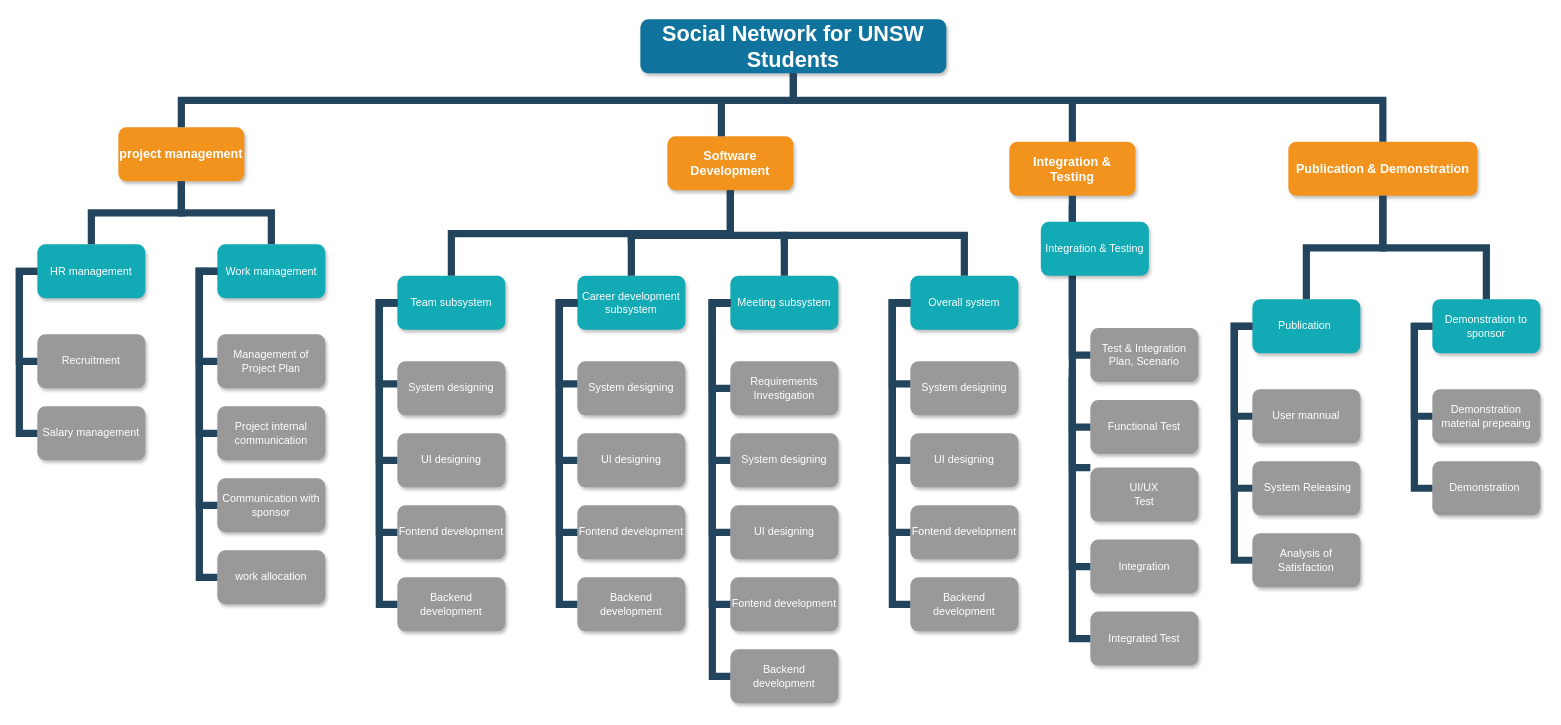
This is ass1/Untitled Diagram.drawio from bekon-official/GSOE9820, a draw.io file, before an edit. Source tidied: cells renumbered, new cells numbered last; positions are measured from the earlier drawing's top-left corner, leaving out a move shared by most shapes. Both pictures are drawn from the tidied source at 90%, with x=0, y=0 at pixel (19, 19).
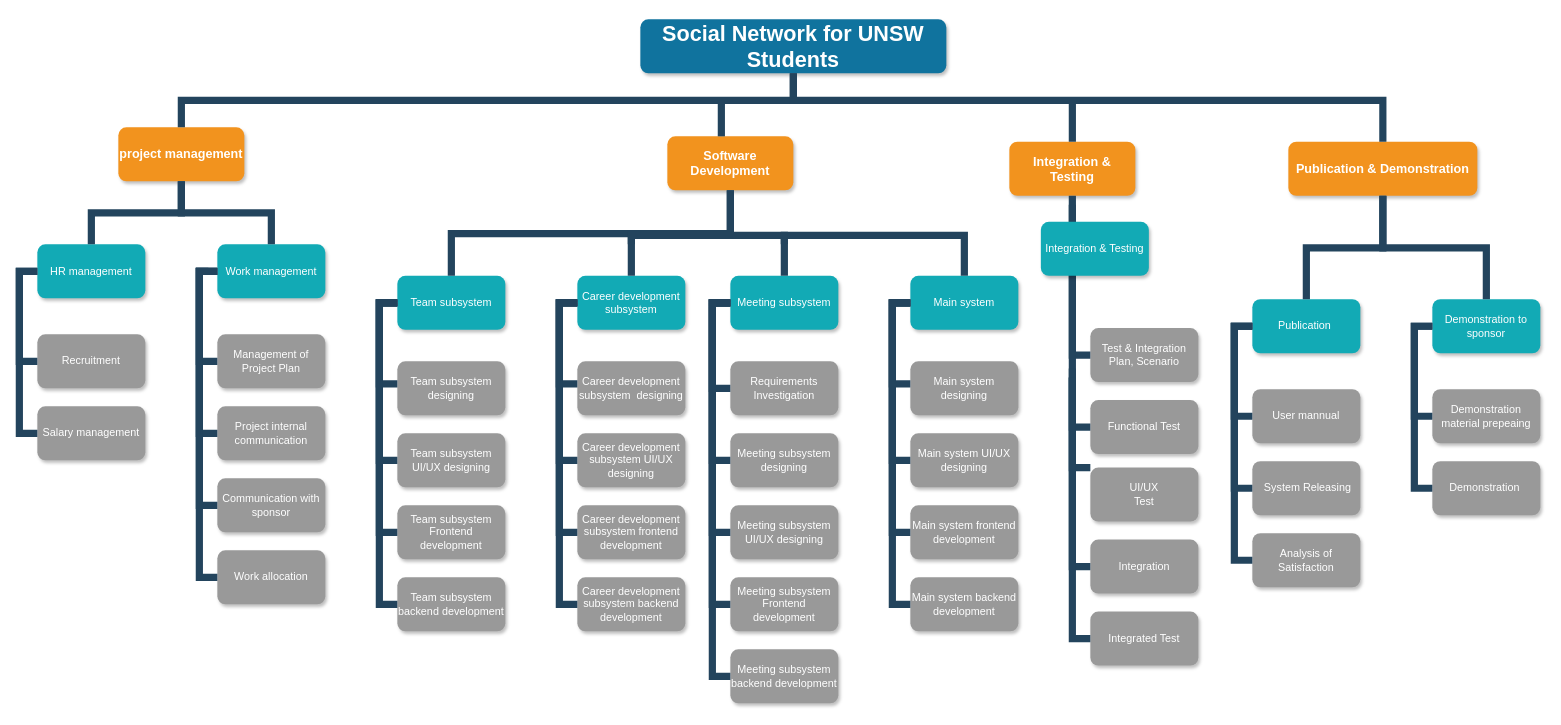
After the change.

The edit, as a diff of the source:
```diff
@@
-    <mxCell id="14" value="work allocation" style="whiteSpace=wrap;rounded=1;fillColor=#999999;strokeColor=none;shadow=1;fontColor=#FFFFFF;fontStyle=0;" parent="1" vertex="1">
+    <mxCell id="14" value="Work allocation" style="whiteSpace=wrap;rounded=1;fillColor=#999999;strokeColor=none;shadow=1;fontColor=#FFFFFF;fontStyle=0;" parent="1" vertex="1">
       <mxGeometry x="220" y="590" width="120" height="60" as="geometry" />
     </mxCell>
@@
-    <mxCell id="17" value="System designing" style="whiteSpace=wrap;rounded=1;fillColor=#999999;strokeColor=none;shadow=1;fontColor=#FFFFFF;fontStyle=0;" parent="1" vertex="1">
+    <mxCell id="17" value="Team subsystem designing" style="whiteSpace=wrap;rounded=1;fillColor=#999999;strokeColor=none;shadow=1;fontColor=#FFFFFF;fontStyle=0;" parent="1" vertex="1">
       <mxGeometry x="420" y="380" width="120" height="60" as="geometry" />
     </mxCell>
-    <mxCell id="18" value="UI designing" style="whiteSpace=wrap;rounded=1;fillColor=#999999;strokeColor=none;shadow=1;fontColor=#FFFFFF;fontStyle=0;" parent="1" vertex="1">
+    <mxCell id="18" value="Team subsystem UI/UX designing" style="whiteSpace=wrap;rounded=1;fillColor=#999999;strokeColor=none;shadow=1;fontColor=#FFFFFF;fontStyle=0;" parent="1" vertex="1">
       <mxGeometry x="420" y="460" width="120" height="60" as="geometry" />
     </mxCell>
-    <mxCell id="19" value="Fontend development" style="whiteSpace=wrap;rounded=1;fillColor=#999999;strokeColor=none;shadow=1;fontColor=#FFFFFF;fontStyle=0;" parent="1" vertex="1">
+    <mxCell id="19" value="Team subsystem Frontend development" style="whiteSpace=wrap;rounded=1;fillColor=#999999;strokeColor=none;shadow=1;fontColor=#FFFFFF;fontStyle=0;" parent="1" vertex="1">
       <mxGeometry x="420" y="540" width="120" height="60" as="geometry" />
     </mxCell>
-    <mxCell id="20" value="Backend development" style="whiteSpace=wrap;rounded=1;fillColor=#999999;strokeColor=none;shadow=1;fontColor=#FFFFFF;fontStyle=0;" parent="1" vertex="1">
+    <mxCell id="20" value="Team subsystem backend development" style="whiteSpace=wrap;rounded=1;fillColor=#999999;strokeColor=none;shadow=1;fontColor=#FFFFFF;fontStyle=0;" parent="1" vertex="1">
       <mxGeometry x="420" y="620" width="120" height="60" as="geometry" />
     </mxCell>
-    <mxCell id="21" value="System designing" style="whiteSpace=wrap;rounded=1;fillColor=#999999;strokeColor=none;shadow=1;fontColor=#FFFFFF;fontStyle=0;" parent="1" vertex="1">
+    <mxCell id="21" value="Career development subsystem  designing" style="whiteSpace=wrap;rounded=1;fillColor=#999999;strokeColor=none;shadow=1;fontColor=#FFFFFF;fontStyle=0;" parent="1" vertex="1">
       <mxGeometry x="620" y="380" width="120" height="60" as="geometry" />
     </mxCell>
-    <mxCell id="22" value="UI designing" style="whiteSpace=wrap;rounded=1;fillColor=#999999;strokeColor=none;shadow=1;fontColor=#FFFFFF;fontStyle=0;" parent="1" vertex="1">
+    <mxCell id="22" value="Career development subsystem UI/UX designing" style="whiteSpace=wrap;rounded=1;fillColor=#999999;strokeColor=none;shadow=1;fontColor=#FFFFFF;fontStyle=0;" parent="1" vertex="1">
       <mxGeometry x="620" y="460" width="120" height="60" as="geometry" />
     </mxCell>
-    <mxCell id="23" value="Fontend development" style="whiteSpace=wrap;rounded=1;fillColor=#999999;strokeColor=none;shadow=1;fontColor=#FFFFFF;fontStyle=0;" parent="1" vertex="1">
+    <mxCell id="23" value="Career development subsystem frontend development" style="whiteSpace=wrap;rounded=1;fillColor=#999999;strokeColor=none;shadow=1;fontColor=#FFFFFF;fontStyle=0;" parent="1" vertex="1">
       <mxGeometry x="620" y="540" width="120" height="60" as="geometry" />
     </mxCell>
-    <mxCell id="24" value="Backend development" style="whiteSpace=wrap;rounded=1;fillColor=#999999;strokeColor=none;shadow=1;fontColor=#FFFFFF;fontStyle=0;" parent="1" vertex="1">
+    <mxCell id="24" value="Career development subsystem backend development" style="whiteSpace=wrap;rounded=1;fillColor=#999999;strokeColor=none;shadow=1;fontColor=#FFFFFF;fontStyle=0;" parent="1" vertex="1">
       <mxGeometry x="620" y="620" width="120" height="60" as="geometry" />
     </mxCell>
@@
-    <mxCell id="44" value="Overall system" style="whiteSpace=wrap;rounded=1;fillColor=#12AAB5;strokeColor=none;shadow=1;fontColor=#FFFFFF;" parent="1" vertex="1">
+    <mxCell id="44" value="Main system" style="whiteSpace=wrap;rounded=1;fillColor=#12AAB5;strokeColor=none;shadow=1;fontColor=#FFFFFF;" parent="1" vertex="1">
       <mxGeometry x="990" y="285" width="120" height="60" as="geometry" />
     </mxCell>
@@
-    <mxCell id="46" value="System designing" style="whiteSpace=wrap;rounded=1;fillColor=#999999;strokeColor=none;shadow=1;fontColor=#FFFFFF;fontStyle=0;" parent="1" vertex="1">
+    <mxCell id="46" value="Meeting subsystem designing" style="whiteSpace=wrap;rounded=1;fillColor=#999999;strokeColor=none;shadow=1;fontColor=#FFFFFF;fontStyle=0;" parent="1" vertex="1">
       <mxGeometry x="790" y="460" width="120" height="60" as="geometry" />
     </mxCell>
-    <mxCell id="47" value="UI designing" style="whiteSpace=wrap;rounded=1;fillColor=#999999;strokeColor=none;shadow=1;fontColor=#FFFFFF;fontStyle=0;" parent="1" vertex="1">
+    <mxCell id="47" value="Meeting subsystem UI/UX designing" style="whiteSpace=wrap;rounded=1;fillColor=#999999;strokeColor=none;shadow=1;fontColor=#FFFFFF;fontStyle=0;" parent="1" vertex="1">
       <mxGeometry x="790" y="540" width="120" height="60" as="geometry" />
     </mxCell>
-    <mxCell id="48" value="Fontend development" style="whiteSpace=wrap;rounded=1;fillColor=#999999;strokeColor=none;shadow=1;fontColor=#FFFFFF;fontStyle=0;" parent="1" vertex="1">
+    <mxCell id="48" value="Meeting subsystem Frontend development" style="whiteSpace=wrap;rounded=1;fillColor=#999999;strokeColor=none;shadow=1;fontColor=#FFFFFF;fontStyle=0;" parent="1" vertex="1">
       <mxGeometry x="790" y="620" width="120" height="60" as="geometry" />
     </mxCell>
-    <mxCell id="49" value="Backend development" style="whiteSpace=wrap;rounded=1;fillColor=#999999;strokeColor=none;shadow=1;fontColor=#FFFFFF;fontStyle=0;" parent="1" vertex="1">
+    <mxCell id="49" value="Meeting subsystem&#10;backend development" style="whiteSpace=wrap;rounded=1;fillColor=#999999;strokeColor=none;shadow=1;fontColor=#FFFFFF;fontStyle=0;" parent="1" vertex="1">
       <mxGeometry x="790" y="700" width="120" height="60" as="geometry" />
     </mxCell>
-    <mxCell id="50" value="System designing" style="whiteSpace=wrap;rounded=1;fillColor=#999999;strokeColor=none;shadow=1;fontColor=#FFFFFF;fontStyle=0;" parent="1" vertex="1">
+    <mxCell id="50" value="Main system designing" style="whiteSpace=wrap;rounded=1;fillColor=#999999;strokeColor=none;shadow=1;fontColor=#FFFFFF;fontStyle=0;" parent="1" vertex="1">
       <mxGeometry x="990" y="380" width="120" height="60" as="geometry" />
     </mxCell>
-    <mxCell id="51" value="UI designing" style="whiteSpace=wrap;rounded=1;fillColor=#999999;strokeColor=none;shadow=1;fontColor=#FFFFFF;fontStyle=0;" parent="1" vertex="1">
+    <mxCell id="51" value="Main system UI/UX designing" style="whiteSpace=wrap;rounded=1;fillColor=#999999;strokeColor=none;shadow=1;fontColor=#FFFFFF;fontStyle=0;" parent="1" vertex="1">
       <mxGeometry x="990" y="460" width="120" height="60" as="geometry" />
     </mxCell>
-    <mxCell id="52" value="Fontend development" style="whiteSpace=wrap;rounded=1;fillColor=#999999;strokeColor=none;shadow=1;fontColor=#FFFFFF;fontStyle=0;" parent="1" vertex="1">
+    <mxCell id="52" value="Main system frontend development" style="whiteSpace=wrap;rounded=1;fillColor=#999999;strokeColor=none;shadow=1;fontColor=#FFFFFF;fontStyle=0;" parent="1" vertex="1">
       <mxGeometry x="990" y="540" width="120" height="60" as="geometry" />
     </mxCell>
-    <mxCell id="53" value="Backend development" style="whiteSpace=wrap;rounded=1;fillColor=#999999;strokeColor=none;shadow=1;fontColor=#FFFFFF;fontStyle=0;" parent="1" vertex="1">
+    <mxCell id="53" value="Main system backend development" style="whiteSpace=wrap;rounded=1;fillColor=#999999;strokeColor=none;shadow=1;fontColor=#FFFFFF;fontStyle=0;" parent="1" vertex="1">
       <mxGeometry x="990" y="620" width="120" height="60" as="geometry" />
     </mxCell>
```
